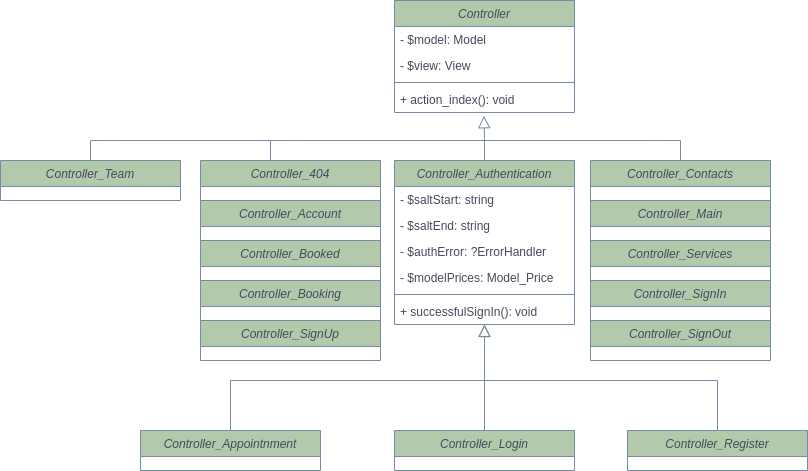
The draw.io diagram Images/controllers.png in JustTheWord/Barbershop-Website, before a commit. Source tidied: cells renumbered, new cells last; positions are measured from the earlier drawing's top-left corner, leaving out a move shared by most shapes.
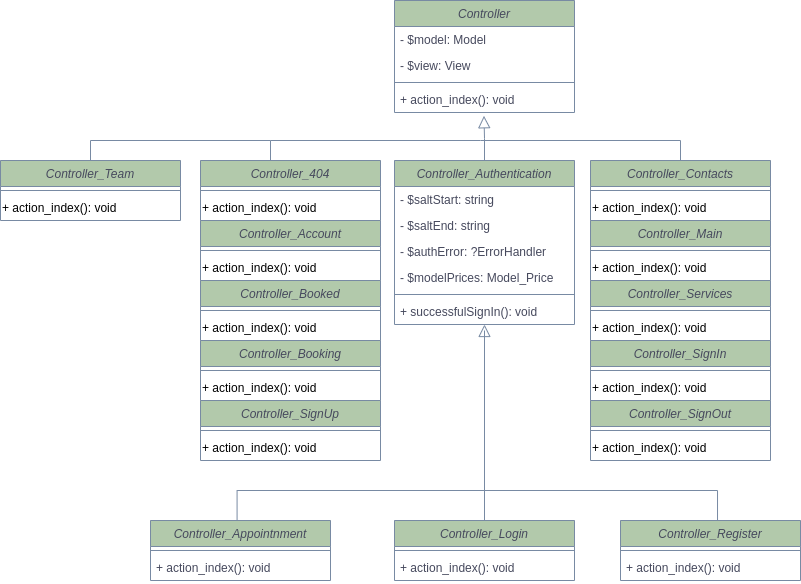
After the commit.

Commit message:
fix controller class diagram

What changed in the source:
```diff
@@ -23,16 +23,19 @@
     <mxCell id="8" value="+ successfulSignIn(): void" style="text;align=left;verticalAlign=top;spacingLeft=4;spacingRight=4;overflow=hidden;labelBackgroundColor=none;fontColor=#46495D;" parent="2" vertex="1">
       <mxGeometry y="138" width="180" height="26" as="geometry" />
     </mxCell>
-    <mxCell id="9" style="endArrow=block;endSize=10;endFill=0;shadow=0;strokeWidth=1;rounded=0;edgeStyle=elbowEdgeStyle;elbow=vertical;labelBackgroundColor=none;strokeColor=#788AA3;fontColor=default;exitX=0.5;exitY=0;exitDx=0;exitDy=0;" parent="1" edge="1" source="17" target="2">
+    <mxCell id="9" style="endArrow=none;endSize=10;endFill=0;shadow=0;strokeWidth=1;rounded=0;edgeStyle=elbowEdgeStyle;elbow=vertical;labelBackgroundColor=none;strokeColor=#788AA3;fontColor=default;exitX=0.481;exitY=0.003;exitDx=0;exitDy=0;exitPerimeter=0;" parent="1" edge="1" source="17">
       <mxGeometry relative="1" as="geometry">
+        <mxPoint x="484" y="330" as="targetPoint" />
         <Array as="points">
+          <mxPoint x="360" y="490" />
           <mxPoint x="360" y="380" />
         </Array>
       </mxGeometry>
     </mxCell>
-    <mxCell id="10" style="endArrow=block;endSize=10;endFill=0;shadow=0;strokeWidth=1;rounded=0;edgeStyle=elbowEdgeStyle;elbow=vertical;labelBackgroundColor=none;strokeColor=#788AA3;fontColor=default;exitX=0.5;exitY=0;exitDx=0;exitDy=0;" parent="1" edge="1" source="20" target="2">
+    <mxCell id="10" style="endArrow=block;endSize=10;endFill=0;shadow=0;strokeWidth=1;rounded=0;edgeStyle=elbowEdgeStyle;elbow=vertical;labelBackgroundColor=none;strokeColor=#788AA3;fontColor=default;exitX=0.539;exitY=0.017;exitDx=0;exitDy=0;exitPerimeter=0;" parent="1" edge="1" source="20" target="2">
       <mxGeometry relative="1" as="geometry">
         <Array as="points">
+          <mxPoint x="610" y="490" />
           <mxPoint x="700" y="380" />
           <mxPoint x="670" y="380" />
         </Array>
@@ -56,20 +59,11 @@
     <mxCell id="16" style="endArrow=block;endSize=10;endFill=0;shadow=0;strokeWidth=1;rounded=0;edgeStyle=elbowEdgeStyle;elbow=vertical;labelBackgroundColor=none;strokeColor=#788AA3;fontColor=default;exitX=0.5;exitY=0;exitDx=0;exitDy=0;entryX=0.497;entryY=1.126;entryDx=0;entryDy=0;entryPerimeter=0;" parent="1" edge="1" source="2" target="15">
       <mxGeometry relative="1" as="geometry" />
     </mxCell>
-    <mxCell id="17" value="Controller_Appointnment&#10;" style="swimlane;fontStyle=2;align=center;verticalAlign=top;horizontal=1;startSize=26;rounded=0;shadow=0;strokeWidth=1;labelBackgroundColor=none;fillColor=#B2C9AB;strokeColor=#788AA3;fontColor=#46495D;" parent="1" vertex="1">
-      <mxGeometry x="140" y="430" width="180" height="40" as="geometry" />
-    </mxCell>
-    <mxCell id="18" style="edgeStyle=orthogonalEdgeStyle;rounded=0;jettySize=auto;html=1;strokeColor=#788AA3;fontColor=#46495D;fillColor=#B2C9AB;endArrow=none;endFill=0;" parent="1" edge="1" source="19">
+    <mxCell id="18" style="edgeStyle=orthogonalEdgeStyle;rounded=0;jettySize=auto;html=1;strokeColor=#788AA3;fontColor=#46495D;fillColor=#B2C9AB;endArrow=none;endFill=0;exitX=0.5;exitY=0;exitDx=0;exitDy=0;" parent="1" edge="1" source="19">
       <mxGeometry relative="1" as="geometry">
         <mxPoint x="484" y="350" as="targetPoint" />
       </mxGeometry>
     </mxCell>
-    <mxCell id="19" value="Controller_Login&#10;&#10;" style="swimlane;fontStyle=2;align=center;verticalAlign=top;horizontal=1;startSize=26;rounded=0;shadow=0;strokeWidth=1;labelBackgroundColor=none;fillColor=#B2C9AB;strokeColor=#788AA3;fontColor=#46495D;" parent="1" vertex="1">
-      <mxGeometry x="394" y="430" width="180" height="40" as="geometry" />
-    </mxCell>
-    <mxCell id="20" value="Controller_Register&#10;&#10;" style="swimlane;fontStyle=2;align=center;verticalAlign=top;horizontal=1;startSize=26;rounded=0;shadow=0;strokeWidth=1;labelBackgroundColor=none;fillColor=#B2C9AB;strokeColor=#788AA3;fontColor=#46495D;" parent="1" vertex="1">
-      <mxGeometry x="627" y="430" width="180" height="40" as="geometry" />
-    </mxCell>
     <mxCell id="21" style="edgeStyle=orthogonalEdgeStyle;rounded=0;jettySize=auto;html=1;strokeColor=#788AA3;fontColor=#46495D;endArrow=none;endFill=0;fillColor=#B2C9AB;" parent="1" edge="1" source="22">
       <mxGeometry relative="1" as="geometry">
         <mxPoint x="480" y="140" as="targetPoint" />
@@ -79,17 +73,41 @@
       </mxGeometry>
     </mxCell>
     <mxCell id="22" value="Controller_404&#10;" style="swimlane;fontStyle=2;align=center;verticalAlign=top;horizontal=1;startSize=26;rounded=0;shadow=0;strokeWidth=1;labelBackgroundColor=none;fillColor=#B2C9AB;strokeColor=#788AA3;fontColor=#46495D;" parent="1" vertex="1">
-      <mxGeometry x="200" y="160" width="180" height="40" as="geometry" />
+      <mxGeometry x="200" y="160" width="180" height="60" as="geometry" />
     </mxCell>
+    <mxCell id="35" style="line;html=1;strokeWidth=1;align=left;verticalAlign=middle;spacingTop=-1;spacingLeft=3;spacingRight=3;labelPosition=right;labelBackgroundColor=none;fillColor=#B2C9AB;strokeColor=#788AA3;fontColor=#46495D;" parent="22" vertex="1">
+      <mxGeometry y="26" width="180" height="8" as="geometry" />
+    </mxCell>
+    <mxCell id="36" value="+ action_index(): void" style="text;whiteSpace=wrap;html=1;" parent="22" vertex="1">
+      <mxGeometry y="34" width="180" height="26" as="geometry" />
+    </mxCell>
     <mxCell id="23" value="Controller_Account&#10;&#10;" style="swimlane;fontStyle=2;align=center;verticalAlign=top;horizontal=1;startSize=26;rounded=0;shadow=0;strokeWidth=1;labelBackgroundColor=none;fillColor=#B2C9AB;strokeColor=#788AA3;fontColor=#46495D;" parent="1" vertex="1">
-      <mxGeometry x="200" y="200" width="180" height="40" as="geometry" />
+      <mxGeometry x="200" y="220" width="180" height="60" as="geometry" />
     </mxCell>
+    <mxCell id="37" style="line;html=1;strokeWidth=1;align=left;verticalAlign=middle;spacingTop=-1;spacingLeft=3;spacingRight=3;labelPosition=right;labelBackgroundColor=none;fillColor=#B2C9AB;strokeColor=#788AA3;fontColor=#46495D;" parent="23" vertex="1">
+      <mxGeometry y="26" width="180" height="8" as="geometry" />
+    </mxCell>
+    <mxCell id="38" value="+ action_index(): void" style="text;whiteSpace=wrap;html=1;" parent="23" vertex="1">
+      <mxGeometry y="34" width="180" height="26" as="geometry" />
+    </mxCell>
     <mxCell id="24" value="Controller_Booked&#10;&#10;&#10;" style="swimlane;fontStyle=2;align=center;verticalAlign=top;horizontal=1;startSize=26;rounded=0;shadow=0;strokeWidth=1;labelBackgroundColor=none;fillColor=#B2C9AB;strokeColor=#788AA3;fontColor=#46495D;" parent="1" vertex="1">
-      <mxGeometry x="200" y="240" width="180" height="40" as="geometry" />
+      <mxGeometry x="200" y="280" width="180" height="60" as="geometry" />
     </mxCell>
+    <mxCell id="39" style="line;html=1;strokeWidth=1;align=left;verticalAlign=middle;spacingTop=-1;spacingLeft=3;spacingRight=3;labelPosition=right;labelBackgroundColor=none;fillColor=#B2C9AB;strokeColor=#788AA3;fontColor=#46495D;" parent="24" vertex="1">
+      <mxGeometry y="26" width="180" height="8" as="geometry" />
+    </mxCell>
+    <mxCell id="40" value="+ action_index(): void" style="text;whiteSpace=wrap;html=1;" parent="24" vertex="1">
+      <mxGeometry y="34" width="180" height="26" as="geometry" />
+    </mxCell>
     <mxCell id="25" value="Controller_Booking&#10;&#10;&#10;" style="swimlane;fontStyle=2;align=center;verticalAlign=top;horizontal=1;startSize=26;rounded=0;shadow=0;strokeWidth=1;labelBackgroundColor=none;fillColor=#B2C9AB;strokeColor=#788AA3;fontColor=#46495D;" parent="1" vertex="1">
-      <mxGeometry x="200" y="280" width="180" height="40" as="geometry" />
+      <mxGeometry x="200" y="340" width="180" height="60" as="geometry" />
     </mxCell>
+    <mxCell id="41" style="line;html=1;strokeWidth=1;align=left;verticalAlign=middle;spacingTop=-1;spacingLeft=3;spacingRight=3;labelPosition=right;labelBackgroundColor=none;fillColor=#B2C9AB;strokeColor=#788AA3;fontColor=#46495D;" parent="25" vertex="1">
+      <mxGeometry y="26" width="180" height="8" as="geometry" />
+    </mxCell>
+    <mxCell id="42" value="+ action_index(): void" style="text;whiteSpace=wrap;html=1;" parent="25" vertex="1">
+      <mxGeometry y="34" width="180" height="26" as="geometry" />
+    </mxCell>
     <mxCell id="26" style="edgeStyle=orthogonalEdgeStyle;rounded=0;jettySize=auto;html=1;strokeColor=#788AA3;fontColor=#46495D;endArrow=none;endFill=0;fillColor=#B2C9AB;" parent="1" edge="1" source="27">
       <mxGeometry relative="1" as="geometry">
         <mxPoint x="480" y="140" as="targetPoint" />
@@ -99,23 +117,59 @@
       </mxGeometry>
     </mxCell>
     <mxCell id="27" value="Controller_Contacts&#10;&#10;&#10;" style="swimlane;fontStyle=2;align=center;verticalAlign=top;horizontal=1;startSize=26;rounded=0;shadow=0;strokeWidth=1;labelBackgroundColor=none;fillColor=#B2C9AB;strokeColor=#788AA3;fontColor=#46495D;" parent="1" vertex="1">
-      <mxGeometry x="590" y="160" width="180" height="40" as="geometry" />
+      <mxGeometry x="590" y="160" width="180" height="60" as="geometry" />
     </mxCell>
+    <mxCell id="43" style="line;html=1;strokeWidth=1;align=left;verticalAlign=middle;spacingTop=-1;spacingLeft=3;spacingRight=3;labelPosition=right;labelBackgroundColor=none;fillColor=#B2C9AB;strokeColor=#788AA3;fontColor=#46495D;" parent="27" vertex="1">
+      <mxGeometry y="26" width="180" height="8" as="geometry" />
+    </mxCell>
+    <mxCell id="44" value="+ action_index(): void" style="text;whiteSpace=wrap;html=1;" parent="27" vertex="1">
+      <mxGeometry y="34" width="180" height="26" as="geometry" />
+    </mxCell>
     <mxCell id="28" value="Controller_Main&#10;&#10;&#10;" style="swimlane;fontStyle=2;align=center;verticalAlign=top;horizontal=1;startSize=26;rounded=0;shadow=0;strokeWidth=1;labelBackgroundColor=none;fillColor=#B2C9AB;strokeColor=#788AA3;fontColor=#46495D;" parent="1" vertex="1">
-      <mxGeometry x="590" y="200" width="180" height="40" as="geometry" />
+      <mxGeometry x="590" y="220" width="180" height="60" as="geometry" />
     </mxCell>
+    <mxCell id="45" style="line;html=1;strokeWidth=1;align=left;verticalAlign=middle;spacingTop=-1;spacingLeft=3;spacingRight=3;labelPosition=right;labelBackgroundColor=none;fillColor=#B2C9AB;strokeColor=#788AA3;fontColor=#46495D;" parent="28" vertex="1">
+      <mxGeometry y="26" width="180" height="8" as="geometry" />
+    </mxCell>
+    <mxCell id="46" value="+ action_index(): void" style="text;whiteSpace=wrap;html=1;" parent="28" vertex="1">
+      <mxGeometry y="34" width="180" height="26" as="geometry" />
+    </mxCell>
     <mxCell id="29" value="Controller_Services&#10;&#10;&#10;" style="swimlane;fontStyle=2;align=center;verticalAlign=top;horizontal=1;startSize=26;rounded=0;shadow=0;strokeWidth=1;labelBackgroundColor=none;fillColor=#B2C9AB;strokeColor=#788AA3;fontColor=#46495D;" parent="1" vertex="1">
-      <mxGeometry x="590" y="240" width="180" height="40" as="geometry" />
+      <mxGeometry x="590" y="280" width="180" height="60" as="geometry" />
     </mxCell>
+    <mxCell id="47" style="line;html=1;strokeWidth=1;align=left;verticalAlign=middle;spacingTop=-1;spacingLeft=3;spacingRight=3;labelPosition=right;labelBackgroundColor=none;fillColor=#B2C9AB;strokeColor=#788AA3;fontColor=#46495D;" parent="29" vertex="1">
+      <mxGeometry y="26" width="180" height="8" as="geometry" />
+    </mxCell>
+    <mxCell id="48" value="+ action_index(): void" style="text;whiteSpace=wrap;html=1;" parent="29" vertex="1">
+      <mxGeometry y="34" width="180" height="26" as="geometry" />
+    </mxCell>
     <mxCell id="30" value="Controller_SignIn&#10;&#10;" style="swimlane;fontStyle=2;align=center;verticalAlign=top;horizontal=1;startSize=26;rounded=0;shadow=0;strokeWidth=1;labelBackgroundColor=none;fillColor=#B2C9AB;strokeColor=#788AA3;fontColor=#46495D;" parent="1" vertex="1">
-      <mxGeometry x="590" y="280" width="180" height="40" as="geometry" />
+      <mxGeometry x="590" y="340" width="180" height="60" as="geometry" />
     </mxCell>
+    <mxCell id="49" style="line;html=1;strokeWidth=1;align=left;verticalAlign=middle;spacingTop=-1;spacingLeft=3;spacingRight=3;labelPosition=right;labelBackgroundColor=none;fillColor=#B2C9AB;strokeColor=#788AA3;fontColor=#46495D;" parent="30" vertex="1">
+      <mxGeometry y="26" width="180" height="8" as="geometry" />
+    </mxCell>
+    <mxCell id="50" value="+ action_index(): void" style="text;whiteSpace=wrap;html=1;" parent="30" vertex="1">
+      <mxGeometry y="34" width="180" height="26" as="geometry" />
+    </mxCell>
     <mxCell id="31" value="Controller_SignOut&#10;&#10;&#10;" style="swimlane;fontStyle=2;align=center;verticalAlign=top;horizontal=1;startSize=26;rounded=0;shadow=0;strokeWidth=1;labelBackgroundColor=none;fillColor=#B2C9AB;strokeColor=#788AA3;fontColor=#46495D;" parent="1" vertex="1">
-      <mxGeometry x="590" y="320" width="180" height="40" as="geometry" />
+      <mxGeometry x="590" y="400" width="180" height="60" as="geometry" />
     </mxCell>
+    <mxCell id="51" style="line;html=1;strokeWidth=1;align=left;verticalAlign=middle;spacingTop=-1;spacingLeft=3;spacingRight=3;labelPosition=right;labelBackgroundColor=none;fillColor=#B2C9AB;strokeColor=#788AA3;fontColor=#46495D;" parent="31" vertex="1">
+      <mxGeometry y="26" width="180" height="8" as="geometry" />
+    </mxCell>
+    <mxCell id="52" value="+ action_index(): void" style="text;whiteSpace=wrap;html=1;" parent="31" vertex="1">
+      <mxGeometry y="34" width="180" height="26" as="geometry" />
+    </mxCell>
     <mxCell id="32" value="Controller_SignUp&#10;&#10;&#10;" style="swimlane;fontStyle=2;align=center;verticalAlign=top;horizontal=1;startSize=26;rounded=0;shadow=0;strokeWidth=1;labelBackgroundColor=none;fillColor=#B2C9AB;strokeColor=#788AA3;fontColor=#46495D;" parent="1" vertex="1">
-      <mxGeometry x="200" y="320" width="180" height="40" as="geometry" />
+      <mxGeometry x="200" y="400" width="180" height="60" as="geometry" />
     </mxCell>
+    <mxCell id="53" style="line;html=1;strokeWidth=1;align=left;verticalAlign=middle;spacingTop=-1;spacingLeft=3;spacingRight=3;labelPosition=right;labelBackgroundColor=none;fillColor=#B2C9AB;strokeColor=#788AA3;fontColor=#46495D;" parent="32" vertex="1">
+      <mxGeometry y="26" width="180" height="8" as="geometry" />
+    </mxCell>
+    <mxCell id="54" value="+ action_index(): void" style="text;whiteSpace=wrap;html=1;" parent="32" vertex="1">
+      <mxGeometry y="34" width="180" height="26" as="geometry" />
+    </mxCell>
     <mxCell id="33" style="edgeStyle=orthogonalEdgeStyle;rounded=0;jettySize=auto;html=1;strokeColor=#788AA3;fontColor=#46495D;endArrow=none;endFill=0;fillColor=#B2C9AB;" parent="1" edge="1" source="34">
       <mxGeometry relative="1" as="geometry">
         <mxPoint x="270" y="140" as="targetPoint" />
@@ -125,7 +179,40 @@
       </mxGeometry>
     </mxCell>
     <mxCell id="34" value="Controller_Team&#10;&#10;&#10;" style="swimlane;fontStyle=2;align=center;verticalAlign=top;horizontal=1;startSize=26;rounded=0;shadow=0;strokeWidth=1;labelBackgroundColor=none;fillColor=#B2C9AB;strokeColor=#788AA3;fontColor=#46495D;" parent="1" vertex="1">
-      <mxGeometry y="160" width="180" height="40" as="geometry" />
+      <mxGeometry y="160" width="180" height="60" as="geometry" />
     </mxCell>
+    <mxCell id="55" style="line;html=1;strokeWidth=1;align=left;verticalAlign=middle;spacingTop=-1;spacingLeft=3;spacingRight=3;labelPosition=right;labelBackgroundColor=none;fillColor=#B2C9AB;strokeColor=#788AA3;fontColor=#46495D;" parent="34" vertex="1">
+      <mxGeometry y="26" width="180" height="8" as="geometry" />
+    </mxCell>
+    <mxCell id="56" value="+ action_index(): void" style="text;whiteSpace=wrap;html=1;" parent="34" vertex="1">
+      <mxGeometry y="34" width="180" height="26" as="geometry" />
+    </mxCell>
+    <mxCell id="17" value="Controller_Appointnment&#10;" style="swimlane;fontStyle=2;align=center;verticalAlign=top;horizontal=1;startSize=26;rounded=0;shadow=0;strokeWidth=1;labelBackgroundColor=none;fillColor=#B2C9AB;strokeColor=#788AA3;fontColor=#46495D;" parent="1" vertex="1">
+      <mxGeometry x="150" y="520" width="180" height="60" as="geometry" />
+    </mxCell>
+    <mxCell id="57" style="line;html=1;strokeWidth=1;align=left;verticalAlign=middle;spacingTop=-1;spacingLeft=3;spacingRight=3;labelPosition=right;labelBackgroundColor=none;fillColor=#B2C9AB;strokeColor=#788AA3;fontColor=#46495D;" parent="17" vertex="1">
+      <mxGeometry y="26" width="180" height="8" as="geometry" />
+    </mxCell>
+    <mxCell id="58" value="+ action_index(): void" style="text;align=left;verticalAlign=top;spacingLeft=4;spacingRight=4;overflow=hidden;labelBackgroundColor=none;fontColor=#46495D;" parent="17" vertex="1">
+      <mxGeometry y="34" width="180" height="26" as="geometry" />
+    </mxCell>
+    <mxCell id="19" value="Controller_Login&#10;&#10;" style="swimlane;fontStyle=2;align=center;verticalAlign=top;horizontal=1;startSize=26;rounded=0;shadow=0;strokeWidth=1;labelBackgroundColor=none;fillColor=#B2C9AB;strokeColor=#788AA3;fontColor=#46495D;" parent="1" vertex="1">
+      <mxGeometry x="394" y="520" width="180" height="60" as="geometry" />
+    </mxCell>
+    <mxCell id="59" style="line;html=1;strokeWidth=1;align=left;verticalAlign=middle;spacingTop=-1;spacingLeft=3;spacingRight=3;labelPosition=right;labelBackgroundColor=none;fillColor=#B2C9AB;strokeColor=#788AA3;fontColor=#46495D;" parent="19" vertex="1">
+      <mxGeometry y="26" width="180" height="8" as="geometry" />
+    </mxCell>
+    <mxCell id="60" value="+ action_index(): void" style="text;align=left;verticalAlign=top;spacingLeft=4;spacingRight=4;overflow=hidden;labelBackgroundColor=none;fontColor=#46495D;" parent="19" vertex="1">
+      <mxGeometry y="34" width="180" height="26" as="geometry" />
+    </mxCell>
+    <mxCell id="20" value="Controller_Register&#10;&#10;" style="swimlane;fontStyle=2;align=center;verticalAlign=top;horizontal=1;startSize=26;rounded=0;shadow=0;strokeWidth=1;labelBackgroundColor=none;fillColor=#B2C9AB;strokeColor=#788AA3;fontColor=#46495D;" parent="1" vertex="1">
+      <mxGeometry x="620" y="520" width="180" height="60" as="geometry" />
+    </mxCell>
+    <mxCell id="61" style="line;html=1;strokeWidth=1;align=left;verticalAlign=middle;spacingTop=-1;spacingLeft=3;spacingRight=3;labelPosition=right;labelBackgroundColor=none;fillColor=#B2C9AB;strokeColor=#788AA3;fontColor=#46495D;" parent="20" vertex="1">
+      <mxGeometry y="26" width="180" height="8" as="geometry" />
+    </mxCell>
+    <mxCell id="62" value="+ action_index(): void" style="text;align=left;verticalAlign=top;spacingLeft=4;spacingRight=4;overflow=hidden;labelBackgroundColor=none;fontColor=#46495D;" parent="20" vertex="1">
+      <mxGeometry y="34" width="180" height="26" as="geometry" />
+    </mxCell>
   </root>
 </mxGraphModel>
```
